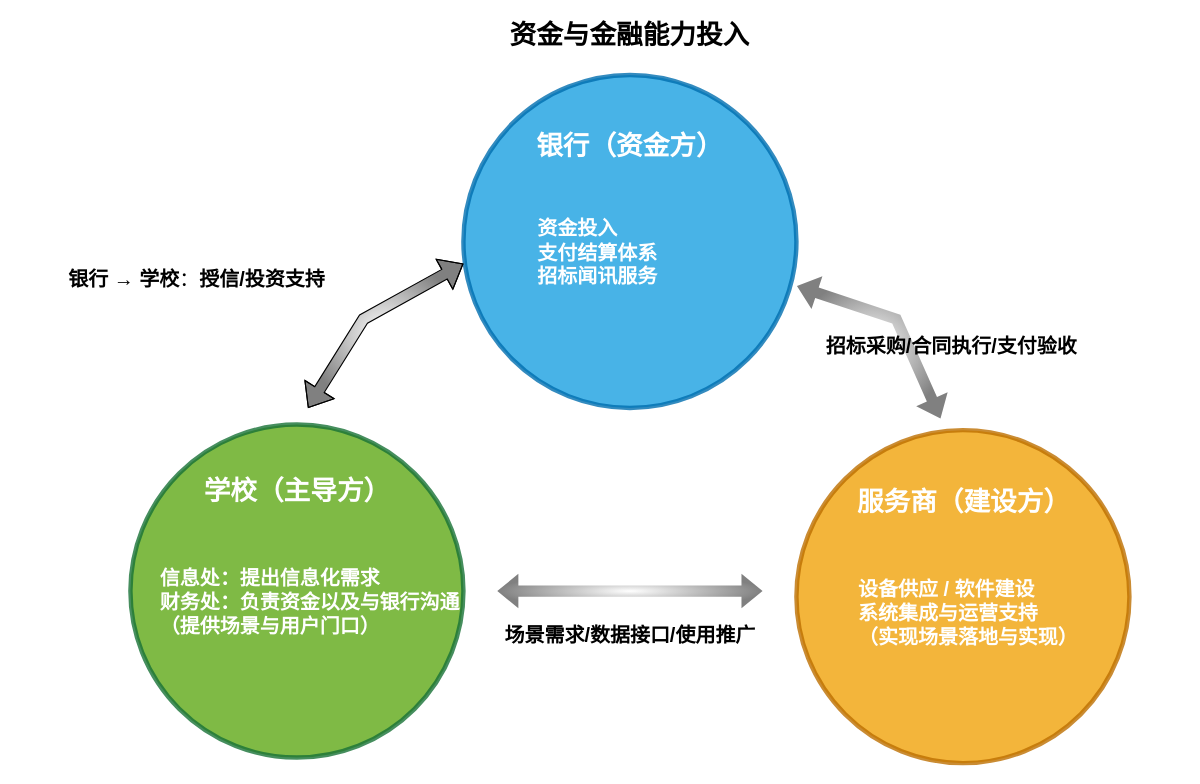
Before: page "第 17 页" (17 of 17) of 青岛恒星示意.drawio in bzerozero7/test, a draw.io diagram. Source tidied: cells renumbered, new cells numbered last; positions are measured from the earlier drawing's top-left corner, leaving out a move shared by most shapes. Both pictures are drawn from the tidied source at 111%, with x=0, y=0 at pixel (19, 19).
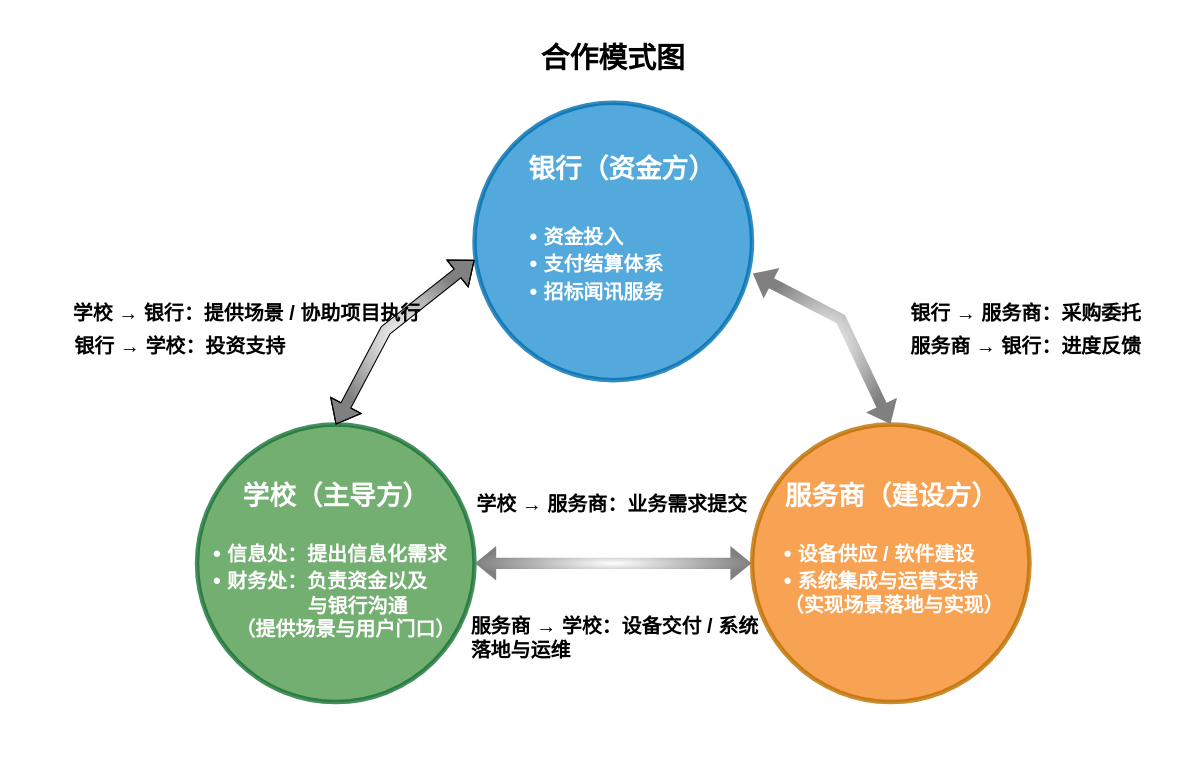
After the change.

Commit message (it also covers changes not shown here):
更新青岛恒星示意.drawio

The edit, as a diff of the source:
```diff
@@
-    <mxCell id="2" value="&lt;div style=&quot;&quot;&gt;&lt;br&gt;&lt;/div&gt;" style="ellipse;whiteSpace=wrap;html=1;fillColor=#1ba1e2;strokeColor=#006EAF;fontColor=#ffffff;fillStyle=auto;opacity=80;strokeWidth=4;align=center;gradientColor=none;" parent="1" vertex="1">
-      <mxGeometry x="400" y="50" width="300" height="300" as="geometry" />
+    <mxCell id="2" value="&lt;div style=&quot;&quot;&gt;&lt;br&gt;&lt;/div&gt;" style="ellipse;whiteSpace=wrap;html=1;fillColor=#2894D4;strokeColor=#006EAF;fontColor=#ffffff;fillStyle=auto;opacity=80;strokeWidth=4;align=center;gradientColor=none;" parent="1" vertex="1">
+      <mxGeometry x="410" y="75" width="250" height="250" as="geometry" />
     </mxCell>
-    <mxCell id="3" style="ellipse;whiteSpace=wrap;html=1;fillColor=#60a917;strokeColor=#187236;fontColor=#ffffff;strokeWidth=4;opacity=80;align=center;gradientColor=none;gradientDirection=east;" parent="1" vertex="1">
-      <mxGeometry x="100" y="365" width="300" height="300" as="geometry" />
+    <mxCell id="3" style="ellipse;whiteSpace=wrap;html=1;fillColor=#529C4F;strokeColor=#187236;fontColor=#ffffff;strokeWidth=4;opacity=80;align=center;gradientColor=none;gradientDirection=east;" parent="1" vertex="1">
+      <mxGeometry x="160" y="365" width="250" height="250" as="geometry" />
     </mxCell>
-    <mxCell id="4" style="ellipse;whiteSpace=wrap;html=1;fillColor=#f0a30a;strokeColor=#BD7000;fontColor=#000000;strokeWidth=4;opacity=80;align=center;perimeterSpacing=0;gradientColor=none;gradientDirection=west;" parent="1" vertex="1">
-      <mxGeometry x="700" y="370" width="300" height="300" as="geometry" />
+    <mxCell id="4" style="ellipse;whiteSpace=wrap;html=1;fillColor=#F78D28;strokeColor=#BD7000;fontColor=#000000;strokeWidth=4;opacity=80;align=center;perimeterSpacing=0;gradientColor=none;gradientDirection=west;" parent="1" vertex="1">
+      <mxGeometry x="660" y="365" width="250" height="250" as="geometry" />
     </mxCell>
-    <mxCell id="5" style="shape=flexArrow;endArrow=classic;startArrow=classic;html=1;rounded=0;fillColor=default;gradientColor=#808080;gradientDirection=radial;strokeColor=default;elbow=vertical;entryX=0;entryY=0.567;entryDx=0;entryDy=0;entryPerimeter=0;" parent="1" edge="1" target="2">
+    <mxCell id="5" style="shape=flexArrow;endArrow=classic;startArrow=classic;html=1;rounded=0;fillColor=default;gradientColor=#808080;gradientDirection=radial;strokeColor=default;elbow=vertical;entryX=0;entryY=0.567;entryDx=0;entryDy=0;entryPerimeter=0;exitX=0.5;exitY=0;exitDx=0;exitDy=0;" parent="1" edge="1" source="3" target="2">
       <mxGeometry relative="1" as="geometry">
-        <mxPoint x="260" y="350" as="sourcePoint" />
         <Array as="points">
-          <mxPoint x="310" y="270" />
+          <mxPoint x="330" y="280" />
         </Array>
       </mxGeometry>
     </mxCell>
-    <mxCell id="6" value="&lt;font style=&quot;font-size: 24px;&quot;&gt;&lt;b&gt;资金与金融能力投入&lt;/b&gt;&lt;/font&gt;" style="text;html=1;whiteSpace=wrap;strokeColor=none;fillColor=none;align=center;verticalAlign=middle;rounded=0;" parent="1" vertex="1">
-      <mxGeometry x="425" width="250" height="30" as="geometry" />
+    <mxCell id="6" value="&lt;b style=&quot;&quot;&gt;&lt;font style=&quot;font-size: 26px;&quot;&gt;合作模式图&lt;/font&gt;&lt;/b&gt;" style="text;html=1;whiteSpace=wrap;strokeColor=none;fillColor=none;align=center;verticalAlign=middle;rounded=0;" parent="1" vertex="1">
+      <mxGeometry x="410" y="20" width="250" height="30" as="geometry" />
     </mxCell>
-    <mxCell id="7" style="shape=flexArrow;endArrow=classic;startArrow=classic;html=1;rounded=0;fillColor=default;gradientColor=#808080;gradientDirection=radial;strokeColor=none;" parent="1" edge="1">
-      <mxGeometry relative="1" as="geometry">
-        <mxPoint x="430" y="515" as="sourcePoint" />
-        <mxPoint x="670" y="515" as="targetPoint" />
-      </mxGeometry>
+    <mxCell id="7" style="shape=flexArrow;endArrow=classic;startArrow=classic;html=1;rounded=0;fillColor=default;gradientColor=#808080;gradientDirection=radial;strokeColor=none;exitX=1;exitY=0.5;exitDx=0;exitDy=0;entryX=0;entryY=0.5;entryDx=0;entryDy=0;" parent="1" edge="1" source="3" target="4">
+      <mxGeometry relative="1" as="geometry" />
     </mxCell>
-    <mxCell id="8" value="&lt;font style=&quot;font-size: 18px;&quot;&gt;&lt;b&gt;场景需求/数据接口/使用推广&lt;/b&gt;&lt;/font&gt;" style="text;html=1;whiteSpace=wrap;strokeColor=none;fillColor=none;align=center;verticalAlign=middle;rounded=0;" parent="1" vertex="1">
-      <mxGeometry x="427.5" y="540" width="245" height="30" as="geometry" />
-    </mxCell>
-    <mxCell id="9" value="&lt;font style=&quot;font-size: 18px;&quot;&gt;&lt;b&gt;银行 → 学校&lt;/b&gt;：&lt;strong&gt;授信/投资支持&lt;/strong&gt;&lt;/font&gt;" style="text;html=1;whiteSpace=wrap;strokeColor=none;fillColor=none;align=center;verticalAlign=middle;rounded=0;" parent="1" vertex="1">
-      <mxGeometry y="220" width="320" height="30" as="geometry" />
-    </mxCell>
-    <mxCell id="10" style="shape=flexArrow;endArrow=classic;startArrow=classic;html=1;rounded=0;fillColor=default;gradientColor=#808080;gradientDirection=radial;strokeColor=none;" parent="1" edge="1">
+    <mxCell id="10" style="shape=flexArrow;endArrow=classic;startArrow=classic;html=1;rounded=0;fillColor=default;gradientColor=#808080;gradientDirection=radial;strokeColor=none;exitX=1.001;exitY=0.615;exitDx=0;exitDy=0;exitPerimeter=0;entryX=0.5;entryY=0;entryDx=0;entryDy=0;" parent="1" edge="1" source="2" target="4">
       <mxGeometry relative="1" as="geometry">
-        <mxPoint x="700" y="240" as="sourcePoint" />
-        <mxPoint x="830" y="360" as="targetPoint" />
         <Array as="points">
-          <mxPoint x="790" y="270" />
+          <mxPoint x="740" y="270" />
         </Array>
       </mxGeometry>
     </mxCell>
-    <mxCell id="11" value="&lt;font style=&quot;font-size: 18px;&quot;&gt;&lt;b&gt;招标采购/合同执行/支付验收&lt;/b&gt;&lt;/font&gt;" style="text;html=1;whiteSpace=wrap;strokeColor=none;fillColor=none;align=center;verticalAlign=middle;rounded=0;" parent="1" vertex="1">
-      <mxGeometry x="720" y="280" width="240" height="30" as="geometry" />
-    </mxCell>
-    <mxCell id="12" value="&lt;b&gt;&lt;font style=&quot;font-size: 18px;&quot;&gt;&lt;br&gt;&lt;/font&gt;&lt;/b&gt;&lt;div style=&quot;color: rgb(255, 255, 255);&quot;&gt;&lt;b&gt;&lt;font style=&quot;font-size: 18px;&quot;&gt;信息处：提出信息化需求&lt;/font&gt;&lt;/b&gt;&lt;/div&gt;&lt;div style=&quot;color: rgb(255, 255, 255);&quot;&gt;&lt;b&gt;&lt;font style=&quot;font-size: 18px;&quot;&gt;财务处：负责资金以及与银行沟通&lt;/font&gt;&lt;/b&gt;&lt;/div&gt;&lt;div style=&quot;color: rgb(255, 255, 255);&quot;&gt;&lt;b&gt;&lt;font style=&quot;font-size: 18px;&quot;&gt;（提供场景与用户门口）&lt;/font&gt;&lt;/b&gt;&lt;/div&gt;" style="text;html=1;whiteSpace=wrap;strokeColor=none;fillColor=none;align=left;verticalAlign=middle;rounded=0;" parent="1" vertex="1">
-      <mxGeometry x="125" y="460" width="300" height="110" as="geometry" />
+    <mxCell id="12" value="&lt;div&gt;&lt;b&gt;&lt;font style=&quot;color: light-dark(rgb(255, 255, 255), rgb(255, 255, 255)); font-size: 20px;&quot;&gt;•&amp;nbsp;&lt;/font&gt;&lt;span style=&quot;color: light-dark(rgb(255, 255, 255), rgb(18, 18, 18));&quot;&gt;&lt;font style=&quot;font-size: 18px;&quot;&gt;信息处：提出信息化需求&lt;/font&gt;&lt;/span&gt;&lt;/b&gt;&lt;/div&gt;&lt;div style=&quot;color: rgb(255, 255, 255);&quot;&gt;&lt;b&gt;&lt;span style=&quot;font-size: 20px; background-color: transparent;&quot;&gt;•&amp;nbsp;&lt;/span&gt;&lt;span&gt;&lt;font style=&quot;font-size: 18px;&quot;&gt;财务处：负责资金以及&lt;/font&gt;&lt;/span&gt;&lt;/b&gt;&lt;/div&gt;&lt;div style=&quot;color: rgb(255, 255, 255);&quot;&gt;&lt;span style=&quot;font-size: 18px; color: light-dark(rgb(255, 255, 255), rgb(18, 18, 18)); background-color: transparent;&quot;&gt;&lt;b&gt;&amp;nbsp; &amp;nbsp; &amp;nbsp; &amp;nbsp; &amp;nbsp; &amp;nbsp; &amp;nbsp; &amp;nbsp; &amp;nbsp;与银行沟通&lt;/b&gt;&lt;/span&gt;&lt;/div&gt;&lt;div style=&quot;color: rgb(255, 255, 255);&quot;&gt;&lt;span&gt;&lt;font style=&quot;font-size: 18px;&quot;&gt;&lt;b&gt;&amp;nbsp; &amp;nbsp; （提供场景与用户门口）&lt;/b&gt;&lt;/font&gt;&lt;/span&gt;&lt;/div&gt;" style="text;html=1;whiteSpace=wrap;strokeColor=none;fillColor=none;align=left;verticalAlign=middle;rounded=0;fontStyle=0;" parent="1" vertex="1">
+      <mxGeometry x="172.5" y="460" width="225" height="110" as="geometry" />
     </mxCell>
-    <mxCell id="13" value="&lt;b style=&quot;color: rgb(255, 255, 255);&quot;&gt;&lt;font style=&quot;font-size: 24px;&quot;&gt;学校（主导方）&lt;/font&gt;&lt;/b&gt;" style="text;html=1;whiteSpace=wrap;strokeColor=none;fillColor=none;align=center;verticalAlign=middle;rounded=0;" parent="1" vertex="1">
-      <mxGeometry x="157.5" y="390" width="185" height="70" as="geometry" />
+    <mxCell id="13" value="&lt;b style=&quot;&quot;&gt;&lt;font style=&quot;font-size: 24px; color: rgb(255, 255, 255);&quot;&gt;学校（主导方）&lt;/font&gt;&lt;/b&gt;" style="text;html=1;whiteSpace=wrap;strokeColor=none;fillColor=none;align=center;verticalAlign=middle;rounded=0;fontColor=#000000;" parent="1" vertex="1">
+      <mxGeometry x="192.5" y="395" width="185" height="70" as="geometry" />
     </mxCell>
-    <mxCell id="14" value="&lt;b style=&quot;color: light-dark(rgb(255, 255, 255), rgb(237, 237, 237)); background-color: transparent;&quot;&gt;&lt;font style=&quot;font-size: 24px;&quot;&gt;银行（资金方）&lt;/font&gt;&lt;/b&gt;" style="text;html=1;whiteSpace=wrap;strokeColor=none;fillColor=none;align=center;verticalAlign=middle;rounded=0;" parent="1" vertex="1">
-      <mxGeometry x="455" y="80" width="190" height="70" as="geometry" />
+    <mxCell id="14" value="&lt;span style=&quot;background-color: transparent;&quot;&gt;&lt;font style=&quot;font-size: 24px; color: rgb(255, 255, 255);&quot;&gt;银行（资金方）&lt;/font&gt;&lt;/span&gt;" style="text;html=1;whiteSpace=wrap;strokeColor=none;fillColor=none;align=center;verticalAlign=middle;rounded=0;fontColor=#000000;fontStyle=1;" parent="1" vertex="1">
+      <mxGeometry x="447.5" y="100" width="190" height="70" as="geometry" />
     </mxCell>
-    <mxCell id="15" value="&lt;b&gt;&lt;font style=&quot;font-size: 18px;&quot;&gt;&lt;br&gt;&lt;/font&gt;&lt;/b&gt;&lt;div&gt;&lt;div style=&quot;color: rgb(255, 255, 255);&quot;&gt;&lt;font style=&quot;color: light-dark(rgb(255, 255, 255), rgb(237, 237, 237)); font-size: 18px;&quot;&gt;&lt;b&gt;资金投入&lt;/b&gt;&lt;/font&gt;&lt;/div&gt;&lt;div style=&quot;color: rgb(255, 255, 255);&quot;&gt;&lt;b&gt;&lt;font style=&quot;font-size: 18px;&quot;&gt;支付结算体系&lt;/font&gt;&lt;/b&gt;&lt;/div&gt;&lt;div style=&quot;color: rgb(255, 255, 255);&quot;&gt;&lt;font style=&quot;color: light-dark(rgb(255, 255, 255), rgb(237, 237, 237)); font-size: 18px;&quot;&gt;&lt;b&gt;招标闻讯服务&lt;/b&gt;&lt;/font&gt;&lt;/div&gt;&lt;/div&gt;" style="text;html=1;whiteSpace=wrap;strokeColor=none;fillColor=none;align=left;verticalAlign=middle;rounded=0;" parent="1" vertex="1">
-      <mxGeometry x="465" y="160" width="170" height="80" as="geometry" />
+    <mxCell id="15" value="&lt;div&gt;&lt;font style=&quot;font-size: 18px;&quot;&gt;&lt;b&gt;&lt;span style=&quot;font-size: 20px; background-color: transparent; color: light-dark(rgb(255, 255, 255), rgb(18, 18, 18));&quot;&gt;•&amp;nbsp;&lt;/span&gt;资金投入&lt;/b&gt;&lt;/font&gt;&lt;/div&gt;&lt;div&gt;&lt;font style=&quot;font-size: 18px;&quot;&gt;&lt;b&gt;&lt;span style=&quot;font-size: 20px; background-color: transparent; color: light-dark(rgb(255, 255, 255), rgb(18, 18, 18));&quot;&gt;•&amp;nbsp;&lt;/span&gt;支付结算体系&lt;/b&gt;&lt;/font&gt;&lt;/div&gt;&lt;div&gt;&lt;font style=&quot;font-size: 18px;&quot;&gt;&lt;b&gt;&lt;span style=&quot;font-size: 20px; background-color: transparent; color: light-dark(rgb(255, 255, 255), rgb(18, 18, 18));&quot;&gt;•&amp;nbsp;&lt;/span&gt;招标闻讯服务&lt;/b&gt;&lt;/font&gt;&lt;/div&gt;" style="text;html=1;whiteSpace=wrap;strokeColor=none;fillColor=none;align=left;verticalAlign=middle;rounded=0;fontColor=#FFFFFF;" parent="1" vertex="1">
+      <mxGeometry x="457.5" y="180" width="170" height="80" as="geometry" />
     </mxCell>
-    <mxCell id="16" value="&lt;b style=&quot;color: rgb(255, 255, 255);&quot;&gt;&lt;font style=&quot;font-size: 24px;&quot;&gt;服务商（建设方）&lt;/font&gt;&lt;/b&gt;" style="text;html=1;whiteSpace=wrap;strokeColor=none;fillColor=none;align=center;verticalAlign=middle;rounded=0;" parent="1" vertex="1">
-      <mxGeometry x="753.5" y="400" width="193" height="70" as="geometry" />
+    <mxCell id="16" value="&lt;b style=&quot;&quot;&gt;&lt;font style=&quot;font-size: 24px; color: light-dark(rgb(255, 255, 255), rgb(255, 255, 255));&quot;&gt;服务商（建设方）&lt;/font&gt;&lt;/b&gt;" style="text;html=1;whiteSpace=wrap;strokeColor=none;fillColor=none;align=center;verticalAlign=middle;rounded=0;fontColor=#000000;" parent="1" vertex="1">
+      <mxGeometry x="688.5" y="395" width="193" height="70" as="geometry" />
     </mxCell>
-    <mxCell id="17" value="&lt;b&gt;&lt;font style=&quot;font-size: 18px;&quot;&gt;&lt;br&gt;&lt;/font&gt;&lt;/b&gt;&lt;div&gt;&lt;div&gt;&lt;div style=&quot;color: rgb(255, 255, 255);&quot;&gt;&lt;b&gt;&lt;font style=&quot;font-size: 18px;&quot;&gt;设备供应 /&amp;nbsp;&lt;/font&gt;&lt;/b&gt;&lt;b style=&quot;color: light-dark(rgb(255, 255, 255), rgb(18, 18, 18)); background-color: transparent;&quot;&gt;&lt;font style=&quot;font-size: 18px;&quot;&gt;软件建设&lt;/font&gt;&lt;/b&gt;&lt;/div&gt;&lt;div style=&quot;color: rgb(255, 255, 255);&quot;&gt;&lt;span style=&quot;font-size: 18px;&quot;&gt;&lt;b&gt;系统集成与运营支持&lt;/b&gt;&lt;/span&gt;&lt;/div&gt;&lt;/div&gt;&lt;div style=&quot;color: rgb(255, 255, 255);&quot;&gt;&lt;b&gt;&lt;font style=&quot;font-size: 18px;&quot;&gt;（实现场景落地与实现）&lt;/font&gt;&lt;/b&gt;&lt;/div&gt;&lt;/div&gt;" style="text;html=1;whiteSpace=wrap;strokeColor=none;fillColor=none;align=left;verticalAlign=middle;rounded=0;" parent="1" vertex="1">
-      <mxGeometry x="753.5" y="470" width="235" height="110" as="geometry" />
+    <mxCell id="17" value="&lt;div&gt;&lt;div style=&quot;color: rgb(255, 255, 255);&quot;&gt;&lt;b&gt;&lt;span style=&quot;font-size: 20px; background-color: transparent;&quot;&gt;•&amp;nbsp;&lt;/span&gt;&lt;span&gt;&lt;font style=&quot;font-size: 18px;&quot;&gt;设备供应 /&amp;nbsp;&lt;/font&gt;&lt;/span&gt;&lt;span style=&quot;color: light-dark(rgb(255, 255, 255), rgb(18, 18, 18)); background-color: transparent;&quot;&gt;&lt;font style=&quot;font-size: 18px;&quot;&gt;软件建设&lt;/font&gt;&lt;/span&gt;&lt;/b&gt;&lt;/div&gt;&lt;div style=&quot;color: rgb(255, 255, 255);&quot;&gt;&lt;b&gt;&lt;span style=&quot;font-size: 20px; background-color: transparent;&quot;&gt;•&amp;nbsp;&lt;/span&gt;&lt;span style=&quot;font-size: 18px;&quot;&gt;&lt;span&gt;系统集成与运营支持&lt;/span&gt;&lt;/span&gt;&lt;/b&gt;&lt;/div&gt;&lt;/div&gt;&lt;div style=&quot;color: rgb(255, 255, 255);&quot;&gt;&lt;span style=&quot;font-size: 18px; color: light-dark(rgb(255, 255, 255), rgb(18, 18, 18)); background-color: transparent;&quot;&gt;&lt;b&gt;（实现场景落地与实现）&lt;/b&gt;&lt;/span&gt;&lt;/div&gt;" style="text;html=1;whiteSpace=wrap;strokeColor=none;fillColor=none;align=left;verticalAlign=middle;rounded=0;fontStyle=0;" parent="1" vertex="1">
+      <mxGeometry x="686.5" y="449" width="210" height="110" as="geometry" />
     </mxCell>
+    <mxCell id="18" value="&lt;font style=&quot;font-size: 18px;&quot;&gt;&lt;b&gt;学校 → 银行：提供场景 / 协助项目执行&lt;/b&gt;&lt;/font&gt;" style="text;html=1;whiteSpace=wrap;strokeColor=none;fillColor=none;align=center;verticalAlign=middle;rounded=0;" parent="1" vertex="1">
+      <mxGeometry x="40" y="250" width="330" height="30" as="geometry" />
+    </mxCell>
+    <mxCell id="19" value="&lt;font style=&quot;font-size: 18px;&quot;&gt;&lt;b&gt;银行 → 学校：投资支持&lt;/b&gt;&lt;/font&gt;" style="text;html=1;whiteSpace=wrap;strokeColor=none;fillColor=none;align=center;verticalAlign=middle;rounded=0;" parent="1" vertex="1">
+      <mxGeometry y="280" width="290" height="30" as="geometry" />
+    </mxCell>
+    <mxCell id="20" value="&lt;font style=&quot;font-size: 18px;&quot;&gt;&lt;b&gt;银行 → 服务商：&lt;span style=&quot;&quot;&gt;采购委托&lt;/span&gt;&lt;/b&gt;&lt;/font&gt;" style="text;html=1;whiteSpace=wrap;strokeColor=none;fillColor=none;align=center;verticalAlign=middle;rounded=0;" parent="1" vertex="1">
+      <mxGeometry x="777" y="250" width="260" height="30" as="geometry" />
+    </mxCell>
+    <mxCell id="21" value="&lt;font style=&quot;font-size: 18px;&quot;&gt;&lt;b&gt;服务商 → 银行：进度反馈&lt;/b&gt;&lt;/font&gt;" style="text;html=1;whiteSpace=wrap;strokeColor=none;fillColor=none;align=center;verticalAlign=middle;rounded=0;" parent="1" vertex="1">
+      <mxGeometry x="767" y="280" width="280" height="30" as="geometry" />
+    </mxCell>
+    <mxCell id="22" value="&lt;font style=&quot;font-size: 18px;&quot;&gt;&lt;b&gt;学校 → 服务商：&lt;span style=&quot;&quot;&gt;业务需求提交&lt;/span&gt;&lt;/b&gt;&lt;/font&gt;" style="text;whiteSpace=wrap;html=1;" parent="1" vertex="1">
+      <mxGeometry x="410" y="420" width="265" height="40" as="geometry" />
+    </mxCell>
+    <mxCell id="23" value="&lt;font style=&quot;font-size: 18px;&quot;&gt;&lt;b&gt;服务商 → 学校：&lt;/b&gt;&lt;/font&gt;&lt;font style=&quot;font-size: 18px;&quot;&gt;&lt;b&gt;设备交付 / 系统落地与运维&lt;/b&gt;&lt;/font&gt;" style="text;whiteSpace=wrap;html=1;" parent="1" vertex="1">
+      <mxGeometry x="405" y="530" width="275" height="40" as="geometry" />
+    </mxCell>
```
